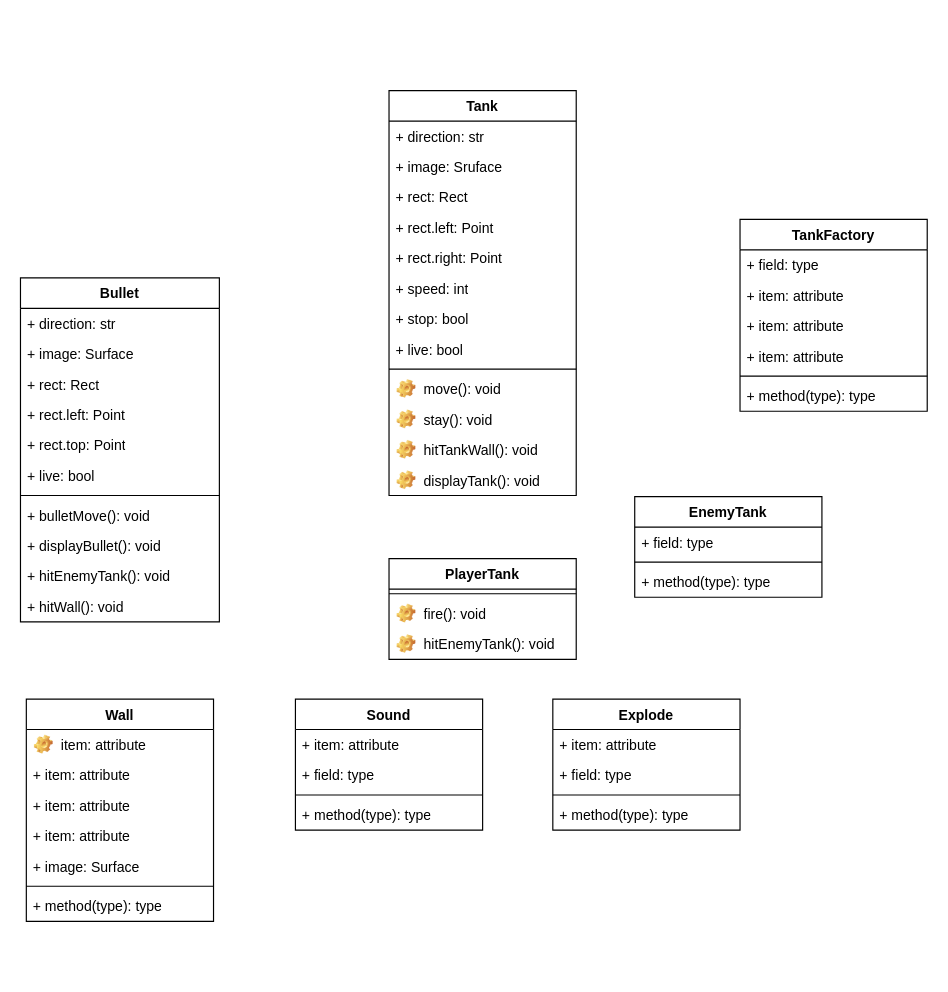
Earlier version of the draw.io diagram TankWar.drawio (hayden-pzhou/drawioChart). Source tidied: cells renumbered, new cells numbered last; positions are measured from the earlier drawing's top-left corner, leaving out a move shared by most shapes. Both pictures are drawn from the tidied source at 117%, with x=0, y=0 at pixel (20, 90).
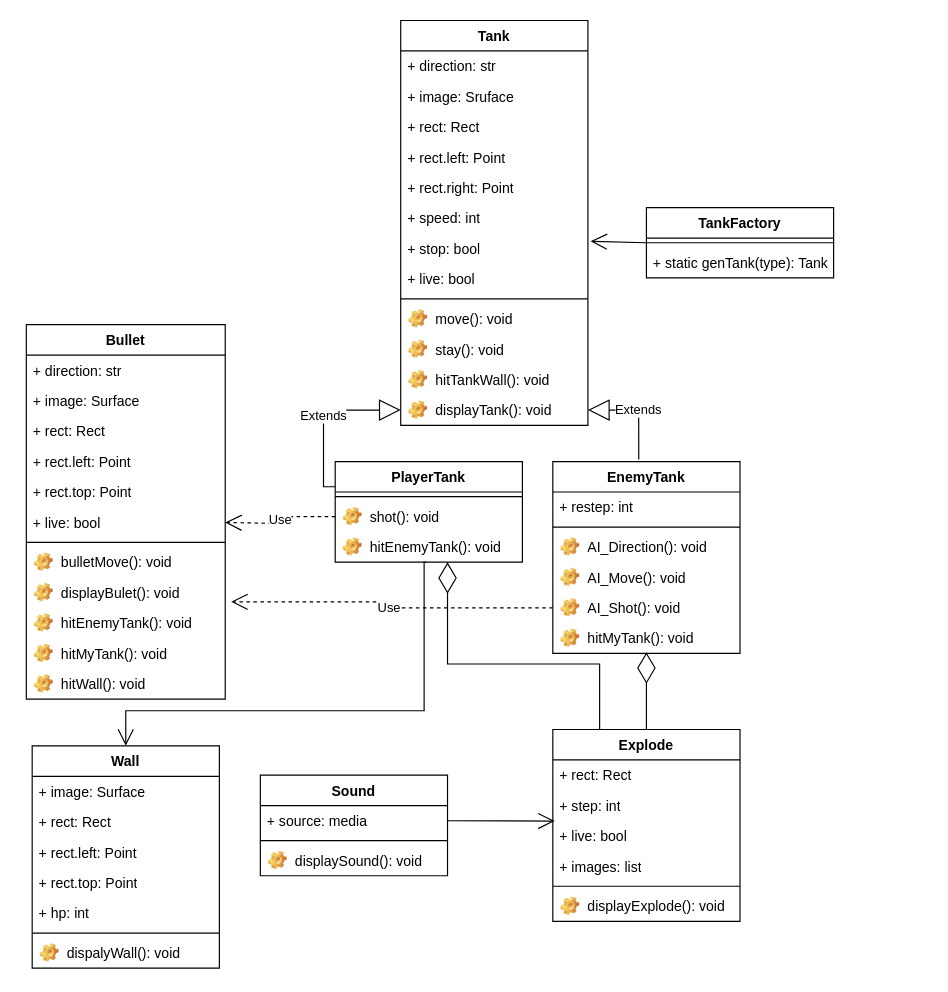
The same page after the edit.

Unchanged cells that the change refers to:
```xml
<mxCell id="8" value="+ live: bool" style="text;strokeColor=none;fillColor=none;align=left;verticalAlign=top;spacingLeft=4;spacingRight=4;overflow=hidden;points=[[0,0.5],[1,0.5]];portConstraint=eastwest;whiteSpace=wrap;html=1;" parent="2" vertex="1">
  <mxGeometry y="156" width="170" height="26" as="geometry" />
</mxCell>
<mxCell id="21" value="+ stop: bool" style="text;strokeColor=none;fillColor=none;align=left;verticalAlign=top;spacingLeft=4;spacingRight=4;overflow=hidden;points=[[0,0.5],[1,0.5]];portConstraint=eastwest;whiteSpace=wrap;html=1;" parent="14" vertex="1">
  <mxGeometry y="182" width="160" height="26" as="geometry" />
</mxCell>
<mxCell id="27" value="displayTank(): void" style="label;fontStyle=0;strokeColor=none;fillColor=none;align=left;verticalAlign=top;overflow=hidden;spacingLeft=28;spacingRight=4;points=[[0,0.5],[1,0.5]];portConstraint=eastwest;imageWidth=16;imageHeight=16;whiteSpace=wrap;html=1;image=img/clipart/Gear_128x128.png;" parent="14" vertex="1">
  <mxGeometry y="320" width="160" height="26" as="geometry" />
</mxCell>
<mxCell id="45" value="hitEnemyTank(): void" style="label;fontStyle=0;strokeColor=none;fillColor=none;align=left;verticalAlign=top;overflow=hidden;spacingLeft=28;spacingRight=4;points=[[0,0.5],[1,0.5]];portConstraint=eastwest;imageWidth=16;imageHeight=16;whiteSpace=wrap;html=1;image=img/clipart/Gear_128x128.png;" parent="42" vertex="1">
  <mxGeometry y="60" width="160" height="26" as="geometry" />
</mxCell>
```

What changed in the source:
```diff
@@
     <mxCell id="2" value="Bullet" style="swimlane;fontStyle=1;align=center;verticalAlign=top;horizontal=1;startSize=26;whiteSpace=wrap;html=1;" parent="1" vertex="1">
-      <mxGeometry y="160" width="170" height="294" as="geometry" />
+      <mxGeometry x="5" y="200" width="170" height="320" as="geometry" />
     </mxCell>
@@
-    <mxCell id="10" value="+ bulletMove(): void" style="text;strokeColor=none;fillColor=none;align=left;verticalAlign=top;spacingLeft=4;spacingRight=4;overflow=hidden;whiteSpace=wrap;html=1;" parent="2" vertex="1">
-      <mxGeometry y="190" width="170" height="26" as="geometry" />
-    </mxCell>
-    <mxCell id="11" value="+ displayBullet(): void" style="text;strokeColor=none;fillColor=none;align=left;verticalAlign=top;spacingLeft=4;spacingRight=4;overflow=hidden;whiteSpace=wrap;html=1;" parent="2" vertex="1">
-      <mxGeometry y="216" width="170" height="26" as="geometry" />
-    </mxCell>
-    <mxCell id="12" value="+ hitEnemyTank(): void" style="text;strokeColor=none;fillColor=none;align=left;verticalAlign=top;spacingLeft=4;spacingRight=4;overflow=hidden;whiteSpace=wrap;html=1;" parent="2" vertex="1">
-      <mxGeometry y="242" width="170" height="26" as="geometry" />
-    </mxCell>
-    <mxCell id="13" value="+ hitWall(): void" style="text;strokeColor=none;fillColor=none;align=left;verticalAlign=top;spacingLeft=4;spacingRight=4;overflow=hidden;whiteSpace=wrap;html=1;" parent="2" vertex="1">
-      <mxGeometry y="268" width="170" height="26" as="geometry" />
-    </mxCell>
+    <mxCell id="61" value="bulletMove(): void" style="label;fontStyle=0;strokeColor=none;fillColor=none;align=left;verticalAlign=top;overflow=hidden;spacingLeft=28;spacingRight=4;imageWidth=16;imageHeight=16;whiteSpace=wrap;html=1;image=img/clipart/Gear_128x128.png;" parent="2" vertex="1">
+      <mxGeometry y="190" width="170" height="26" as="geometry" />
+    </mxCell>
+    <mxCell id="62" value="displayBulet(): void" style="label;fontStyle=0;strokeColor=none;fillColor=none;align=left;verticalAlign=top;overflow=hidden;spacingLeft=28;spacingRight=4;points=[[0,0.5],[1,0.5]];portConstraint=eastwest;imageWidth=16;imageHeight=16;whiteSpace=wrap;html=1;image=img/clipart/Gear_128x128.png;" parent="2" vertex="1">
+      <mxGeometry y="216" width="170" height="26" as="geometry" />
+    </mxCell>
+    <mxCell id="63" value="hitEnemyTank(): void" style="label;fontStyle=0;strokeColor=none;fillColor=none;align=left;verticalAlign=top;overflow=hidden;spacingLeft=28;spacingRight=4;imageWidth=16;imageHeight=16;whiteSpace=wrap;html=1;image=img/clipart/Gear_128x128.png;" parent="2" vertex="1">
+      <mxGeometry y="242" width="170" height="26" as="geometry" />
+    </mxCell>
+    <mxCell id="64" value="hitMyTank(): void" style="label;fontStyle=0;strokeColor=none;fillColor=none;align=left;verticalAlign=top;overflow=hidden;spacingLeft=28;spacingRight=4;imageWidth=16;imageHeight=16;whiteSpace=wrap;html=1;image=img/clipart/Gear_128x128.png;" parent="2" vertex="1">
+      <mxGeometry y="268" width="170" height="26" as="geometry" />
+    </mxCell>
+    <mxCell id="65" value="hitWall(): void" style="label;fontStyle=0;strokeColor=none;fillColor=none;align=left;verticalAlign=top;overflow=hidden;spacingLeft=28;spacingRight=4;imageWidth=16;imageHeight=16;whiteSpace=wrap;html=1;image=img/clipart/Gear_128x128.png;" parent="2" vertex="1">
+      <mxGeometry y="294" width="170" height="26" as="geometry" />
+    </mxCell>
     <mxCell id="14" value="Tank" style="swimlane;fontStyle=1;align=center;verticalAlign=top;horizontal=1;startSize=26;whiteSpace=wrap;html=1;" parent="1" vertex="1">
-      <mxGeometry x="315" width="160" height="346" as="geometry" />
+      <mxGeometry x="325" y="-60" width="160" height="346" as="geometry" />
     </mxCell>
@@
     <mxCell id="28" value="Explode" style="swimlane;fontStyle=1;align=center;verticalAlign=top;horizontal=1;startSize=26;whiteSpace=wrap;html=1;" parent="1" vertex="1">
-      <mxGeometry x="455" y="520" width="160" height="112" as="geometry" />
+      <mxGeometry x="455" y="546" width="160" height="164" as="geometry" />
     </mxCell>
-    <mxCell id="29" value="+ item: attribute" style="text;strokeColor=none;fillColor=none;align=left;verticalAlign=top;spacingLeft=4;spacingRight=4;overflow=hidden;whiteSpace=wrap;html=1;" parent="28" vertex="1">
+    <mxCell id="29" value="+ rect: Rect" style="text;strokeColor=none;fillColor=none;align=left;verticalAlign=top;spacingLeft=4;spacingRight=4;overflow=hidden;whiteSpace=wrap;html=1;" parent="28" vertex="1">
       <mxGeometry y="26" width="160" height="26" as="geometry" />
     </mxCell>
-    <mxCell id="30" value="+ field: type" style="text;strokeColor=none;fillColor=none;align=left;verticalAlign=top;spacingLeft=4;spacingRight=4;overflow=hidden;points=[[0,0.5],[1,0.5]];portConstraint=eastwest;whiteSpace=wrap;html=1;" parent="28" vertex="1">
+    <mxCell id="30" value="+ step: int" style="text;strokeColor=none;fillColor=none;align=left;verticalAlign=top;spacingLeft=4;spacingRight=4;overflow=hidden;points=[[0,0.5],[1,0.5]];portConstraint=eastwest;whiteSpace=wrap;html=1;" parent="28" vertex="1">
       <mxGeometry y="52" width="160" height="26" as="geometry" />
     </mxCell>
+    <mxCell id="66" value="+ live: bool" style="text;strokeColor=none;fillColor=none;align=left;verticalAlign=top;spacingLeft=4;spacingRight=4;overflow=hidden;whiteSpace=wrap;html=1;" parent="28" vertex="1">
+      <mxGeometry y="78" width="160" height="26" as="geometry" />
+    </mxCell>
+    <mxCell id="67" value="+ images: list" style="text;strokeColor=none;fillColor=none;align=left;verticalAlign=top;spacingLeft=4;spacingRight=4;overflow=hidden;whiteSpace=wrap;html=1;" parent="28" vertex="1">
+      <mxGeometry y="104" width="160" height="26" as="geometry" />
+    </mxCell>
     <mxCell id="31" style="line;strokeWidth=1;fillColor=none;align=left;verticalAlign=middle;spacingTop=-1;spacingLeft=3;spacingRight=3;labelPosition=right;strokeColor=inherit;" parent="28" vertex="1">
-      <mxGeometry y="78" width="160" height="8" as="geometry" />
+      <mxGeometry y="130" width="160" height="8" as="geometry" />
     </mxCell>
-    <mxCell id="32" value="+ method(type): type" style="text;strokeColor=none;fillColor=none;align=left;verticalAlign=top;spacingLeft=4;spacingRight=4;overflow=hidden;whiteSpace=wrap;html=1;" parent="28" vertex="1">
-      <mxGeometry y="86" width="160" height="26" as="geometry" />
-    </mxCell>
+    <mxCell id="68" value="displayExplode(): void" style="label;fontStyle=0;strokeColor=none;fillColor=none;align=left;verticalAlign=top;overflow=hidden;spacingLeft=28;spacingRight=4;imageWidth=16;imageHeight=16;whiteSpace=wrap;html=1;image=img/clipart/Gear_128x128.png;" parent="28" vertex="1">
+      <mxGeometry y="138" width="160" height="26" as="geometry" />
+    </mxCell>
     <mxCell id="33" value="Sound" style="swimlane;fontStyle=1;align=center;verticalAlign=top;horizontal=1;startSize=26;whiteSpace=wrap;html=1;" parent="1" vertex="1">
-      <mxGeometry x="235" y="520" width="160" height="112" as="geometry" />
+      <mxGeometry x="205" y="585" width="160" height="86" as="geometry" />
     </mxCell>
-    <mxCell id="34" value="+ item: attribute" style="text;strokeColor=none;fillColor=none;align=left;verticalAlign=top;spacingLeft=4;spacingRight=4;overflow=hidden;points=[[0,0.5],[1,0.5]];portConstraint=eastwest;whiteSpace=wrap;html=1;" parent="33" vertex="1">
+    <mxCell id="34" value="+ source: media" style="text;strokeColor=none;fillColor=none;align=left;verticalAlign=top;spacingLeft=4;spacingRight=4;overflow=hidden;points=[[0,0.5],[1,0.5]];portConstraint=eastwest;whiteSpace=wrap;html=1;" parent="33" vertex="1">
       <mxGeometry y="26" width="160" height="26" as="geometry" />
     </mxCell>
-    <mxCell id="35" value="+ field: type" style="text;strokeColor=none;fillColor=none;align=left;verticalAlign=top;spacingLeft=4;spacingRight=4;overflow=hidden;whiteSpace=wrap;html=1;" parent="33" vertex="1">
-      <mxGeometry y="52" width="160" height="26" as="geometry" />
-    </mxCell>
     <mxCell id="36" style="line;strokeWidth=1;fillColor=none;align=left;verticalAlign=middle;spacingTop=-1;spacingLeft=3;spacingRight=3;labelPosition=right;strokeColor=inherit;" parent="33" vertex="1">
-      <mxGeometry y="78" width="160" height="8" as="geometry" />
+      <mxGeometry y="52" width="160" height="8" as="geometry" />
     </mxCell>
-    <mxCell id="37" value="+ method(type): type" style="text;strokeColor=none;fillColor=none;align=left;verticalAlign=top;spacingLeft=4;spacingRight=4;overflow=hidden;whiteSpace=wrap;html=1;" parent="33" vertex="1">
-      <mxGeometry y="86" width="160" height="26" as="geometry" />
-    </mxCell>
+    <mxCell id="69" value="displaySound(): void" style="label;fontStyle=0;strokeColor=none;fillColor=none;align=left;verticalAlign=top;overflow=hidden;spacingLeft=28;spacingRight=4;imageWidth=16;imageHeight=16;whiteSpace=wrap;html=1;image=img/clipart/Gear_128x128.png;" parent="33" vertex="1">
+      <mxGeometry y="60" width="160" height="26" as="geometry" />
+    </mxCell>
     <mxCell id="38" value="EnemyTank" style="swimlane;fontStyle=1;align=center;verticalAlign=top;horizontal=1;startSize=26;whiteSpace=wrap;html=1;" parent="1" vertex="1">
-      <mxGeometry x="525" y="347" width="160" height="86" as="geometry" />
+      <mxGeometry x="455" y="317" width="160" height="164" as="geometry" />
     </mxCell>
-    <mxCell id="39" value="+ field: type" style="text;strokeColor=none;fillColor=none;align=left;verticalAlign=top;spacingLeft=4;spacingRight=4;overflow=hidden;whiteSpace=wrap;html=1;" parent="38" vertex="1">
+    <mxCell id="39" value="+ restep: int" style="text;strokeColor=none;fillColor=none;align=left;verticalAlign=top;spacingLeft=4;spacingRight=4;overflow=hidden;whiteSpace=wrap;html=1;" parent="38" vertex="1">
       <mxGeometry y="26" width="160" height="26" as="geometry" />
     </mxCell>
@@
-    <mxCell id="41" value="+ method(type): type" style="text;strokeColor=none;fillColor=none;align=left;verticalAlign=top;spacingLeft=4;spacingRight=4;overflow=hidden;whiteSpace=wrap;html=1;" parent="38" vertex="1">
-      <mxGeometry y="60" width="160" height="26" as="geometry" />
-    </mxCell>
+    <mxCell id="70" value="AI_Direction(): void" style="label;fontStyle=0;strokeColor=none;fillColor=none;align=left;verticalAlign=top;overflow=hidden;spacingLeft=28;spacingRight=4;imageWidth=16;imageHeight=16;whiteSpace=wrap;html=1;image=img/clipart/Gear_128x128.png;" parent="38" vertex="1">
+      <mxGeometry y="60" width="160" height="26" as="geometry" />
+    </mxCell>
+    <mxCell id="71" value="AI_Move(): void" style="label;fontStyle=0;strokeColor=none;fillColor=none;align=left;verticalAlign=top;overflow=hidden;spacingLeft=28;spacingRight=4;imageWidth=16;imageHeight=16;whiteSpace=wrap;html=1;image=img/clipart/Gear_128x128.png;" parent="38" vertex="1">
+      <mxGeometry y="86" width="160" height="26" as="geometry" />
+    </mxCell>
+    <mxCell id="72" value="AI_Shot(): void" style="label;fontStyle=0;strokeColor=none;fillColor=none;align=left;verticalAlign=top;overflow=hidden;spacingLeft=28;spacingRight=4;points=[[0,0.5],[1,0.5]];portConstraint=eastwest;imageWidth=16;imageHeight=16;whiteSpace=wrap;html=1;image=img/clipart/Gear_128x128.png;" parent="38" vertex="1">
+      <mxGeometry y="112" width="160" height="26" as="geometry" />
+    </mxCell>
+    <mxCell id="73" value="hitMyTank(): void" style="label;fontStyle=0;strokeColor=none;fillColor=none;align=left;verticalAlign=top;overflow=hidden;spacingLeft=28;spacingRight=4;imageWidth=16;imageHeight=16;whiteSpace=wrap;html=1;image=img/clipart/Gear_128x128.png;" parent="38" vertex="1">
+      <mxGeometry y="138" width="160" height="26" as="geometry" />
+    </mxCell>
     <mxCell id="42" value="PlayerTank" style="swimlane;fontStyle=1;align=center;verticalAlign=top;horizontal=1;startSize=26;whiteSpace=wrap;html=1;" parent="1" vertex="1">
-      <mxGeometry x="315" y="400" width="160" height="86" as="geometry" />
+      <mxGeometry x="269" y="317" width="160" height="86" as="geometry" />
     </mxCell>
@@
-    <mxCell id="44" value="fire(): void" style="label;fontStyle=0;strokeColor=none;fillColor=none;align=left;verticalAlign=top;overflow=hidden;spacingLeft=28;spacingRight=4;points=[[0,0.5],[1,0.5]];portConstraint=eastwest;imageWidth=16;imageHeight=16;whiteSpace=wrap;html=1;image=img/clipart/Gear_128x128.png;" parent="42" vertex="1">
+    <mxCell id="44" value="shot(): void" style="label;fontStyle=0;strokeColor=none;fillColor=none;align=left;verticalAlign=top;overflow=hidden;spacingLeft=28;spacingRight=4;points=[[0,0.5],[1,0.5]];portConstraint=eastwest;imageWidth=16;imageHeight=16;whiteSpace=wrap;html=1;image=img/clipart/Gear_128x128.png;" parent="42" vertex="1">
       <mxGeometry y="34" width="160" height="26" as="geometry" />
     </mxCell>
@@
     <mxCell id="46" value="Wall" style="swimlane;fontStyle=1;align=center;verticalAlign=top;horizontal=1;startSize=26;whiteSpace=wrap;html=1;" parent="1" vertex="1">
-      <mxGeometry x="5" y="520" width="160" height="190" as="geometry" />
+      <mxGeometry x="10" y="560" width="160" height="190" as="geometry" />
     </mxCell>
-    <mxCell id="47" value="item: attribute" style="label;fontStyle=0;strokeColor=none;fillColor=none;align=left;verticalAlign=top;overflow=hidden;spacingLeft=28;spacingRight=4;imageWidth=16;imageHeight=16;whiteSpace=wrap;html=1;image=img/clipart/Gear_128x128.png;" parent="46" vertex="1">
-      <mxGeometry y="26" width="160" height="26" as="geometry" />
-    </mxCell>
-    <mxCell id="48" value="+ item: attribute" style="text;strokeColor=none;fillColor=none;align=left;verticalAlign=top;spacingLeft=4;spacingRight=4;overflow=hidden;whiteSpace=wrap;html=1;" parent="46" vertex="1">
-      <mxGeometry y="52" width="160" height="26" as="geometry" />
+    <mxCell id="48" value="+ image: Surface" style="text;strokeColor=none;fillColor=none;align=left;verticalAlign=top;spacingLeft=4;spacingRight=4;overflow=hidden;whiteSpace=wrap;html=1;" parent="46" vertex="1">
+      <mxGeometry y="26" width="160" height="26" as="geometry" />
     </mxCell>
-    <mxCell id="49" value="+ item: attribute" style="text;strokeColor=none;fillColor=none;align=left;verticalAlign=top;spacingLeft=4;spacingRight=4;overflow=hidden;whiteSpace=wrap;html=1;" parent="46" vertex="1">
-      <mxGeometry y="78" width="160" height="26" as="geometry" />
+    <mxCell id="49" value="+ rect: Rect" style="text;strokeColor=none;fillColor=none;align=left;verticalAlign=top;spacingLeft=4;spacingRight=4;overflow=hidden;whiteSpace=wrap;html=1;" parent="46" vertex="1">
+      <mxGeometry y="52" width="160" height="26" as="geometry" />
     </mxCell>
-    <mxCell id="50" value="+ item: attribute" style="text;strokeColor=none;fillColor=none;align=left;verticalAlign=top;spacingLeft=4;spacingRight=4;overflow=hidden;whiteSpace=wrap;html=1;" parent="46" vertex="1">
-      <mxGeometry y="104" width="160" height="26" as="geometry" />
+    <mxCell id="50" value="+ rect.left: Point" style="text;strokeColor=none;fillColor=none;align=left;verticalAlign=top;spacingLeft=4;spacingRight=4;overflow=hidden;whiteSpace=wrap;html=1;" parent="46" vertex="1">
+      <mxGeometry y="78" width="160" height="26" as="geometry" />
     </mxCell>
-    <mxCell id="51" value="+ image: Surface" style="text;strokeColor=none;fillColor=none;align=left;verticalAlign=top;spacingLeft=4;spacingRight=4;overflow=hidden;whiteSpace=wrap;html=1;" parent="46" vertex="1">
-      <mxGeometry y="130" width="160" height="26" as="geometry" />
+    <mxCell id="51" value="+ rect.top: Point" style="text;strokeColor=none;fillColor=none;align=left;verticalAlign=top;spacingLeft=4;spacingRight=4;overflow=hidden;whiteSpace=wrap;html=1;" parent="46" vertex="1">
+      <mxGeometry y="104" width="160" height="26" as="geometry" />
     </mxCell>
+    <mxCell id="74" value="+ hp: int" style="text;strokeColor=none;fillColor=none;align=left;verticalAlign=top;spacingLeft=4;spacingRight=4;overflow=hidden;whiteSpace=wrap;html=1;" parent="46" vertex="1">
+      <mxGeometry y="130" width="160" height="26" as="geometry" />
+    </mxCell>
@@
-    <mxCell id="53" value="+ method(type): type" style="text;strokeColor=none;fillColor=none;align=left;verticalAlign=top;spacingLeft=4;spacingRight=4;overflow=hidden;whiteSpace=wrap;html=1;" parent="46" vertex="1">
-      <mxGeometry y="164" width="160" height="26" as="geometry" />
-    </mxCell>
+    <mxCell id="75" value="dispalyWall(): void" style="label;fontStyle=0;strokeColor=none;fillColor=none;align=left;verticalAlign=top;overflow=hidden;spacingLeft=28;spacingRight=4;imageWidth=16;imageHeight=16;whiteSpace=wrap;html=1;image=img/clipart/Gear_128x128.png;" parent="46" vertex="1">
+      <mxGeometry y="164" width="160" height="26" as="geometry" />
+    </mxCell>
     <mxCell id="54" value="TankFactory" style="swimlane;fontStyle=1;align=center;verticalAlign=top;horizontal=1;startSize=26;whiteSpace=wrap;html=1;" parent="1" vertex="1">
-      <mxGeometry x="615" y="110" width="160" height="164" as="geometry" />
+      <mxGeometry x="535" y="100" width="160" height="60" as="geometry" />
     </mxCell>
-    <mxCell id="55" value="+ field: type" style="text;strokeColor=none;fillColor=none;align=left;verticalAlign=top;spacingLeft=4;spacingRight=4;overflow=hidden;whiteSpace=wrap;html=1;" parent="54" vertex="1">
-      <mxGeometry y="26" width="160" height="26" as="geometry" />
-    </mxCell>
-    <mxCell id="56" value="+ item: attribute" style="text;strokeColor=none;fillColor=none;align=left;verticalAlign=top;spacingLeft=4;spacingRight=4;overflow=hidden;whiteSpace=wrap;html=1;" parent="54" vertex="1">
-      <mxGeometry y="52" width="160" height="26" as="geometry" />
-    </mxCell>
-    <mxCell id="57" value="+ item: attribute" style="text;strokeColor=none;fillColor=none;align=left;verticalAlign=top;spacingLeft=4;spacingRight=4;overflow=hidden;whiteSpace=wrap;html=1;" parent="54" vertex="1">
-      <mxGeometry y="78" width="160" height="26" as="geometry" />
-    </mxCell>
-    <mxCell id="58" value="+ item: attribute" style="text;strokeColor=none;fillColor=none;align=left;verticalAlign=top;spacingLeft=4;spacingRight=4;overflow=hidden;whiteSpace=wrap;html=1;" parent="54" vertex="1">
-      <mxGeometry y="104" width="160" height="26" as="geometry" />
-    </mxCell>
     <mxCell id="59" style="line;strokeWidth=1;fillColor=none;align=left;verticalAlign=middle;spacingTop=-1;spacingLeft=3;spacingRight=3;labelPosition=right;strokeColor=inherit;" parent="54" vertex="1">
-      <mxGeometry y="130" width="160" height="8" as="geometry" />
+      <mxGeometry y="26" width="160" height="8" as="geometry" />
     </mxCell>
-    <mxCell id="60" value="+ method(type): type" style="text;strokeColor=none;fillColor=none;align=left;verticalAlign=top;spacingLeft=4;spacingRight=4;overflow=hidden;points=[[0,0.5],[1,0.5]];portConstraint=eastwest;whiteSpace=wrap;html=1;" parent="54" vertex="1">
-      <mxGeometry y="138" width="160" height="26" as="geometry" />
+    <mxCell id="60" value="+ static genTank(type): Tank" style="text;strokeColor=none;fillColor=none;align=left;verticalAlign=top;spacingLeft=4;spacingRight=4;overflow=hidden;points=[[0,0.5],[1,0.5]];portConstraint=eastwest;whiteSpace=wrap;html=1;" parent="54" vertex="1">
+      <mxGeometry y="34" width="160" height="26" as="geometry" />
     </mxCell>
+    <mxCell id="76" value="Use" style="endArrow=open;endSize=12;dashed=1;html=1;rounded=0;entryX=1;entryY=0.5;entryDx=0;entryDy=0;exitX=0;exitY=0.5;exitDx=0;exitDy=0;edgeStyle=orthogonalEdgeStyle;" parent="1" edge="1" source="44" target="8">
+      <mxGeometry relative="1" as="geometry">
+        <Array as="points">
+          <mxPoint x="222" y="364" />
+          <mxPoint x="222" y="370" />
+        </Array>
+      </mxGeometry>
+    </mxCell>
+    <mxCell id="77" value="Use" style="endArrow=open;endSize=12;dashed=1;html=1;rounded=0;entryX=1.03;entryY=0.802;entryDx=0;entryDy=0;entryPerimeter=0;exitX=0;exitY=0.5;exitDx=0;exitDy=0;edgeStyle=orthogonalEdgeStyle;" parent="1" edge="1" source="72" target="62">
+      <mxGeometry relative="1" as="geometry" />
+    </mxCell>
+    <mxCell id="78" style="endArrow=open;endFill=1;endSize=12;html=1;rounded=0;entryX=0.5;entryY=0;entryDx=0;entryDy=0;edgeStyle=orthogonalEdgeStyle;exitX=0.487;exitY=1.001;exitDx=0;exitDy=0;exitPerimeter=0;" parent="1" edge="1" source="45" target="46">
+      <mxGeometry relative="1" as="geometry">
+        <Array as="points">
+          <mxPoint x="345" y="403" />
+          <mxPoint x="345" y="530" />
+          <mxPoint x="90" y="530" />
+        </Array>
+      </mxGeometry>
+    </mxCell>
+    <mxCell id="79" style="endArrow=open;endFill=1;endSize=12;html=1;rounded=0;exitX=1;exitY=0.5;exitDx=0;exitDy=0;entryX=0.01;entryY=1.011;entryDx=0;entryDy=0;entryPerimeter=0;" parent="1" edge="1" source="34" target="30">
+      <mxGeometry relative="1" as="geometry" />
+    </mxCell>
+    <mxCell id="80" style="endArrow=open;endFill=1;endSize=12;html=1;rounded=0;exitX=0;exitY=-0.154;exitDx=0;exitDy=0;exitPerimeter=0;entryX=1.014;entryY=0.259;entryDx=0;entryDy=0;entryPerimeter=0;" parent="1" edge="1" source="60" target="21">
+      <mxGeometry relative="1" as="geometry" />
+    </mxCell>
+    <mxCell id="81" value="Extends" style="endArrow=block;endSize=16;endFill=0;html=1;rounded=0;exitX=0.459;exitY=-0.011;exitDx=0;exitDy=0;exitPerimeter=0;edgeStyle=orthogonalEdgeStyle;" parent="1" edge="1" source="38" target="27">
+      <mxGeometry relative="1" as="geometry" />
+    </mxCell>
+    <mxCell id="82" value="Extends" style="endArrow=block;endSize=16;endFill=0;html=1;rounded=0;exitX=0;exitY=0.25;exitDx=0;exitDy=0;edgeStyle=orthogonalEdgeStyle;entryX=0;entryY=0.5;entryDx=0;entryDy=0;" parent="1" edge="1" source="42" target="27">
+      <mxGeometry relative="1" as="geometry" />
+    </mxCell>
+    <mxCell id="83" style="endArrow=diamondThin;endFill=0;endSize=24;html=1;rounded=0;exitX=0.5;exitY=0;exitDx=0;exitDy=0;" parent="1" edge="1" source="28">
+      <mxGeometry relative="1" as="geometry">
+        <mxPoint x="535" y="480" as="targetPoint" />
+      </mxGeometry>
+    </mxCell>
+    <mxCell id="84" style="endArrow=diamondThin;endFill=0;endSize=24;html=1;rounded=0;exitX=0.25;exitY=0;exitDx=0;exitDy=0;edgeStyle=orthogonalEdgeStyle;" parent="1" edge="1" source="28">
+      <mxGeometry relative="1" as="geometry">
+        <mxPoint x="365" y="403" as="targetPoint" />
+        <Array as="points">
+          <mxPoint x="495" y="490" />
+          <mxPoint x="365" y="490" />
+        </Array>
+      </mxGeometry>
+    </mxCell>
```
